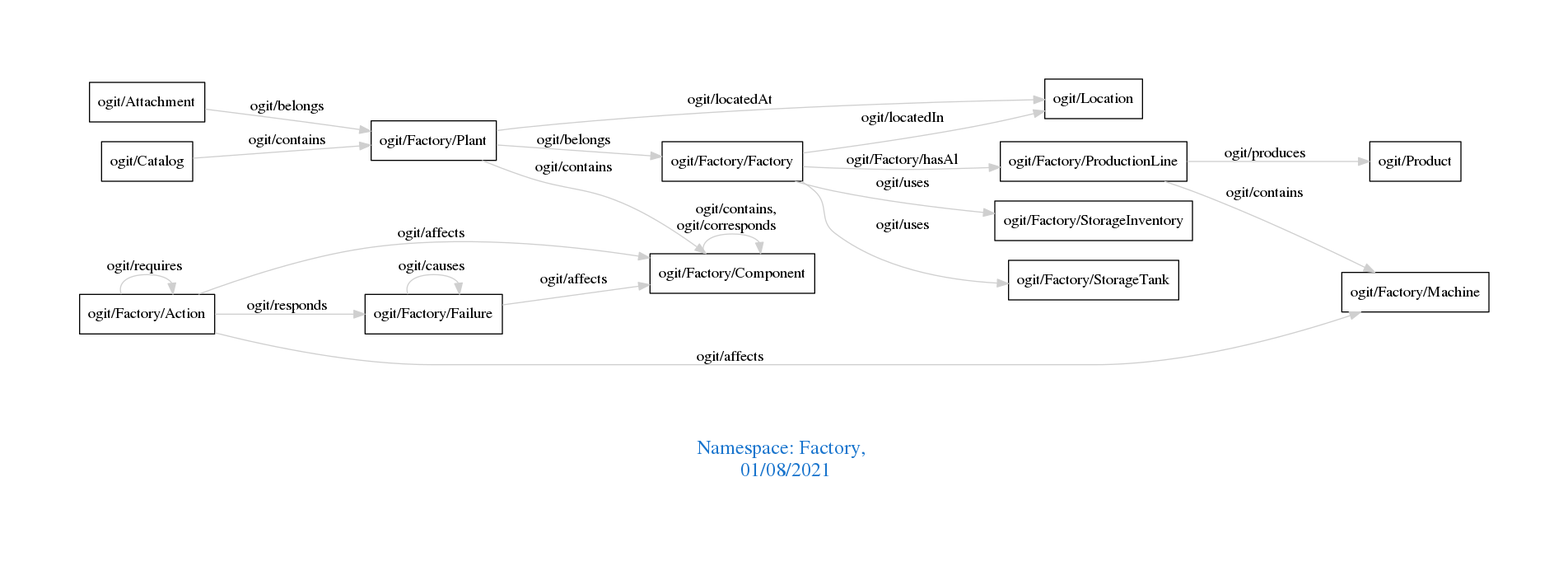
arago/OGIT keeps this Graphviz diagram as downloads/Factory.png. Above is the earlier version. Its source is kept beside it as downloads/Factory.dot.
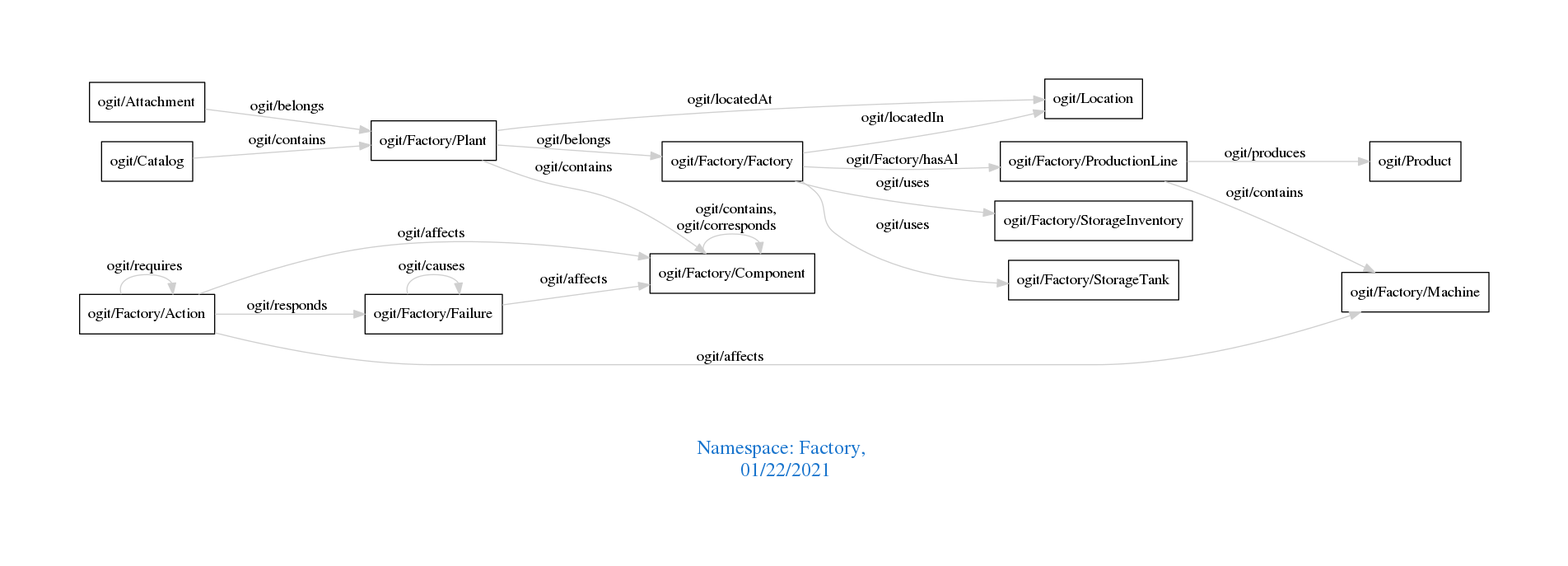
After the commit.

Diff of the diagram source:
```diff
@@ -1,7 +1,7 @@
 digraph OGIT_ontology {
  graph [ rankdir= LR,pad=1
 fontsize = 18,
-fontcolor= dodgerblue3,label = "\n\n\nNamespace: Factory, \n 01/08/2021"];
+fontcolor= dodgerblue3,label = "\n\n\nNamespace: Factory, \n 01/22/2021"];
 node[shape=polygon];
 edge [  color="gray81"];
 
```
